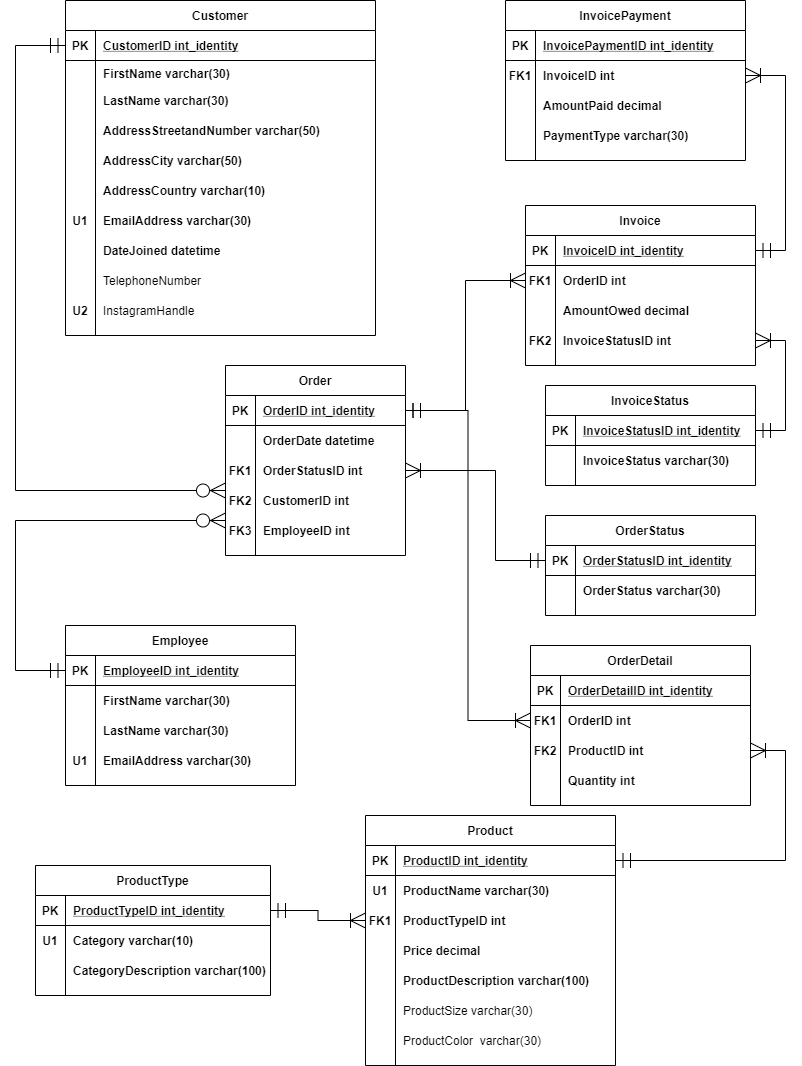
Earlier version of the draw.io export Project/Project Logical Model.png (trisxcj1/SyracuseUniversity_IST659). Source tidied: cells renumbered, new cells last; positions are measured from the earlier drawing's top-left corner, leaving out a move shared by most shapes.
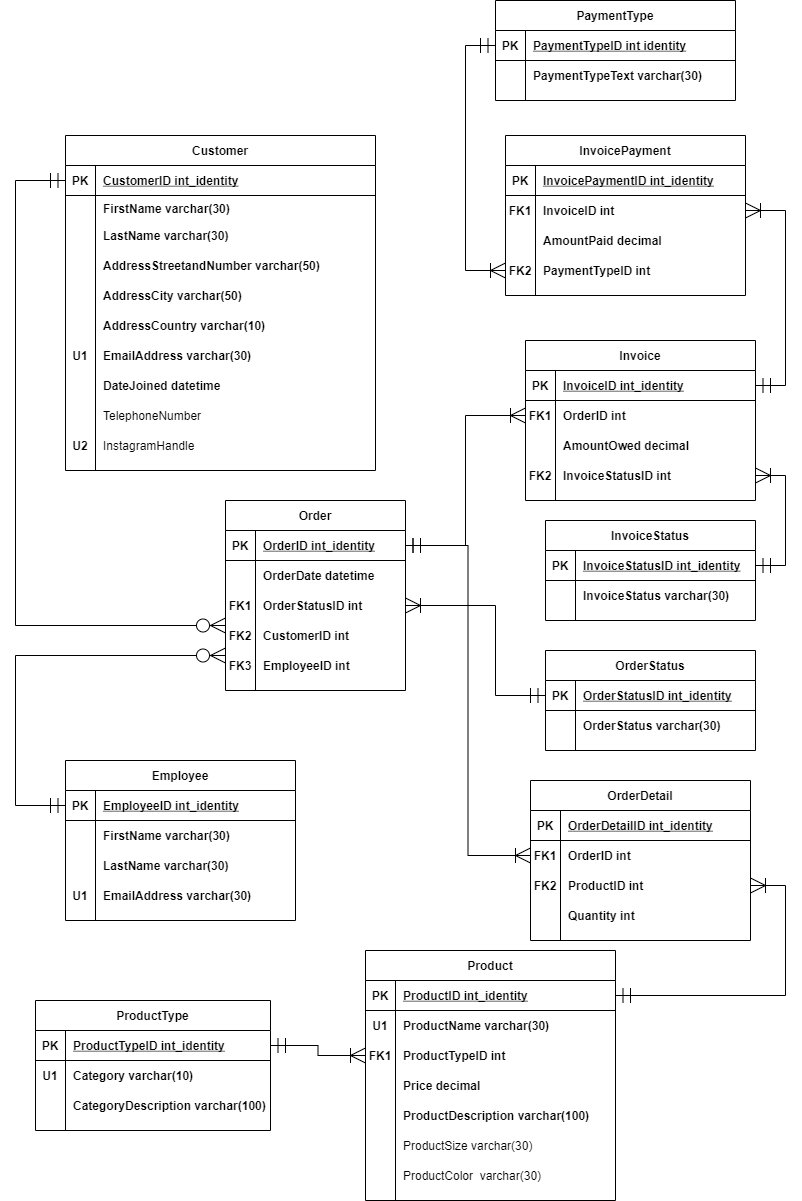
Later version of the same file.

Commit message:
PaymentType is now an individual table

Change to the diagram source:
```diff
@@ -320,10 +320,10 @@
     <mxCell id="107" style="shape=partialRectangle;fillColor=none;top=0;left=0;bottom=0;right=0;points=[[0,0.5],[1,0.5]];portConstraint=eastwest;" parent="97" vertex="1">
       <mxGeometry y="120" width="240" height="30" as="geometry" />
     </mxCell>
-    <mxCell id="108" style="shape=partialRectangle;fillColor=none;top=0;left=0;bottom=0;right=0;overflow=hidden;" parent="107" vertex="1">
+    <mxCell id="108" value="FK2" style="shape=partialRectangle;fillColor=none;top=0;left=0;bottom=0;right=0;overflow=hidden;fontStyle=1;" parent="107" vertex="1">
       <mxGeometry width="30" height="30" as="geometry" />
     </mxCell>
-    <mxCell id="109" value="PaymentType varchar(30)" style="shape=partialRectangle;fillColor=none;top=0;left=0;bottom=0;right=0;align=left;spacingLeft=6;overflow=hidden;fontStyle=1;" parent="107" vertex="1">
+    <mxCell id="109" value="PaymentTypeID int" style="shape=partialRectangle;fillColor=none;top=0;left=0;bottom=0;right=0;align=left;spacingLeft=6;overflow=hidden;fontStyle=1;" parent="107" vertex="1">
       <mxGeometry x="30" width="210" height="30" as="geometry" />
     </mxCell>
     <mxCell id="110" value="OrderDetail" style="shape=table;startSize=30;rowLines=0;fontStyle=1;align=center;" parent="1" vertex="1">
@@ -494,5 +494,34 @@
         </Array>
       </mxGeometry>
     </mxCell>
+    <mxCell id="156" value="PaymentType" style="shape=table;startSize=30;rowLines=0;fontStyle=1;align=center;" parent="1" vertex="1">
+      <mxGeometry x="480" y="-135" width="240" height="100" as="geometry" />
+    </mxCell>
+    <mxCell id="157" style="shape=partialRectangle;fillColor=none;top=0;left=0;bottom=1;right=0;points=[[0,0.5],[1,0.5]];portConstraint=eastwest;" parent="156" vertex="1">
+      <mxGeometry y="30" width="240" height="30" as="geometry" />
+    </mxCell>
+    <mxCell id="158" value="PK" style="shape=partialRectangle;fillColor=none;top=0;left=0;bottom=0;right=0;fontStyle=1;overflow=hidden;" parent="157" vertex="1">
+      <mxGeometry width="30" height="30" as="geometry" />
+    </mxCell>
+    <mxCell id="159" value="PaymentTypeID int identity" style="shape=partialRectangle;fillColor=none;top=0;left=0;bottom=0;right=0;align=left;spacingLeft=6;fontStyle=5;overflow=hidden;" parent="157" vertex="1">
+      <mxGeometry x="30" width="210" height="30" as="geometry" />
+    </mxCell>
+    <mxCell id="160" style="shape=partialRectangle;fillColor=none;top=0;left=0;bottom=0;right=0;" parent="156" vertex="1">
+      <mxGeometry y="60" width="240" height="30" as="geometry" />
+    </mxCell>
+    <mxCell id="161" style="shape=partialRectangle;fillColor=none;top=0;left=0;bottom=0;right=0;overflow=hidden;fontStyle=1;" parent="160" vertex="1">
+      <mxGeometry width="30" height="30" as="geometry" />
+    </mxCell>
+    <mxCell id="162" value="PaymentTypeText varchar(30)" style="shape=partialRectangle;fillColor=none;top=0;left=0;bottom=0;right=0;align=left;spacingLeft=6;overflow=hidden;fontStyle=1;" parent="160" vertex="1">
+      <mxGeometry x="30" width="210" height="30" as="geometry" />
+    </mxCell>
+    <mxCell id="163" style="edgeStyle=orthogonalEdgeStyle;rounded=0;jettySize=auto;html=1;endSize=13;startSize=13;startArrow=ERmandOne;startFill=0;endArrow=ERoneToMany;endFill=0;" parent="1" edge="1" source="157" target="107">
+      <mxGeometry relative="1" as="geometry">
+        <Array as="points">
+          <mxPoint x="450" y="-90" />
+          <mxPoint x="450" y="135" />
+        </Array>
+      </mxGeometry>
+    </mxCell>
   </root>
 </mxGraphModel>
```
